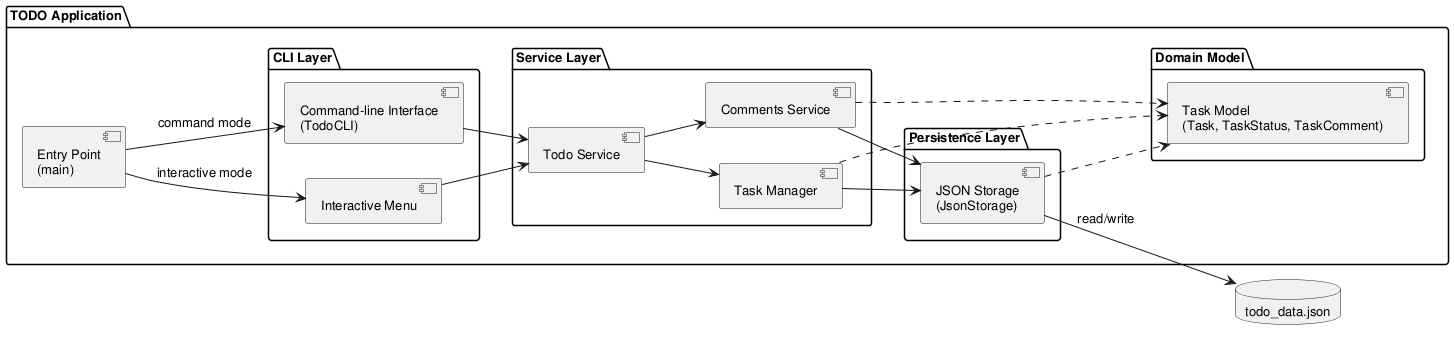
This is experiments/broadcast/structured_text/TODO/artifacts/component_diagram.png from DanielRiha8906/Software_autoevolution_using_agents, a PlantUML export, as it was before one commit. The source it was exported from:
```plantuml
@startuml component_diagram

skinparam componentStyle uml2
skinparam defaultFontSize 13

left to right direction

package "TODO Application" {

    component "Entry Point\n(main)" as Main

    package "CLI Layer" {
        component "Interactive Menu" as IM
        component "Command-line Interface\n(TodoCLI)" as CLI
    }

    package "Service Layer" {
        component "Todo Service" as SVC
        component "Task Manager" as MGR
        component "Comments Service" as CMTS
    }

    package "Domain Model" {
        component "Task Model\n(Task, TaskStatus, TaskComment)" as Model
    }

    package "Persistence Layer" {
        component "JSON Storage\n(JsonStorage)" as Storage
    }
}

database "todo_data.json" as DB

Main --> IM : interactive mode
Main --> CLI : command mode

IM --> SVC
CLI --> SVC

SVC --> MGR
SVC --> CMTS
MGR --> Storage
CMTS --> Storage
MGR ..> Model
CMTS ..> Model
Storage ..> Model

Storage --> DB : read/write

@enduml
```
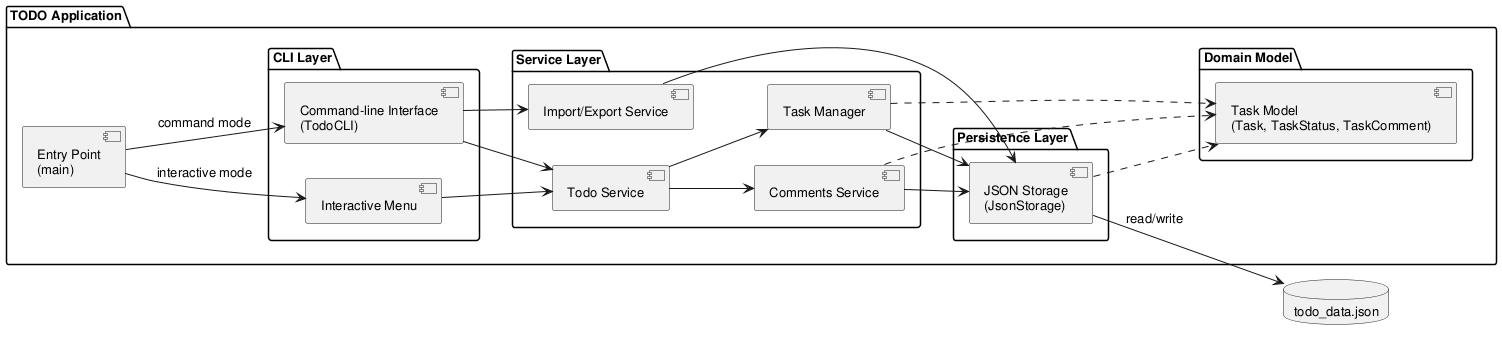
Later version of the same file.

The edit, as a diff of the source:
```diff
@@ -18,6 +18,7 @@
         component "Todo Service" as SVC
         component "Task Manager" as MGR
         component "Comments Service" as CMTS
+        component "Import/Export Service" as IMPEXP
     }
 
     package "Domain Model" {
@@ -36,11 +37,13 @@
 
 IM --> SVC
 CLI --> SVC
+CLI --> IMPEXP
 
 SVC --> MGR
 SVC --> CMTS
 MGR --> Storage
 CMTS --> Storage
+IMPEXP --> Storage
 MGR ..> Model
 CMTS ..> Model
 Storage ..> Model
```
